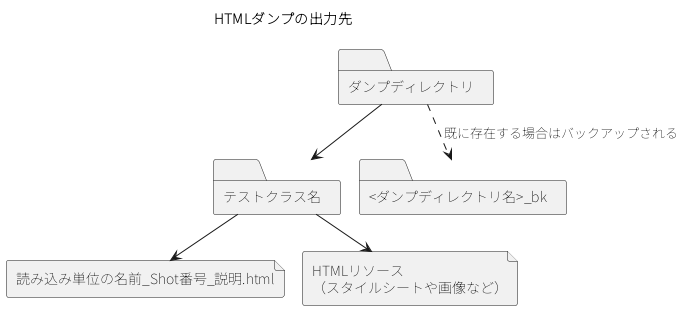
The PlantUML diagram ja/development_tools/testing_framework/implementation/request_unit_test/images/web/html_dump_layout.png in nablarch/nablarch-document, before a commit. Source of this version:
```plantuml
@startuml
!pragma layout smetana
skinparam shadowing false
skinparam defaultFontName "Noto Sans JP"
title HTMLダンプの出力先
folder "ダンプディレクトリ" as D
folder "テストクラス名" as C
file "読み込み単位の名前_Shot番号_説明.html" as H
file "HTMLリソース\n（スタイルシートや画像など）" as R
folder "<ダンプディレクトリ名>_bk" as BK
D --> C
C --> H
C --> R
D ..> BK : 既に存在する場合はバックアップされる
@enduml
```
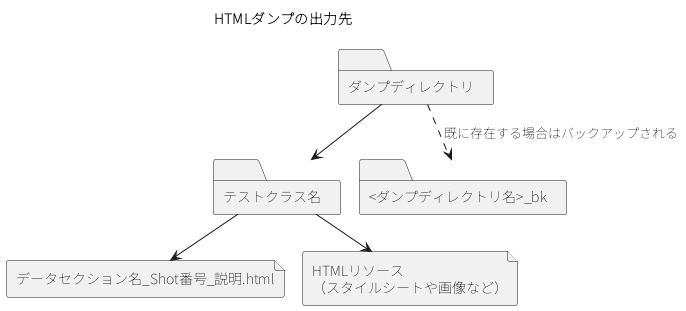
The same file after the commit.

Change to the diagram source:
```diff
@@ -5,7 +5,7 @@
 title HTMLダンプの出力先
 folder "ダンプディレクトリ" as D
 folder "テストクラス名" as C
-file "読み込み単位の名前_Shot番号_説明.html" as H
+file "データセクション名_Shot番号_説明.html" as H
 file "HTMLリソース\n（スタイルシートや画像など）" as R
 folder "<ダンプディレクトリ名>_bk" as BK
 D --> C
```
